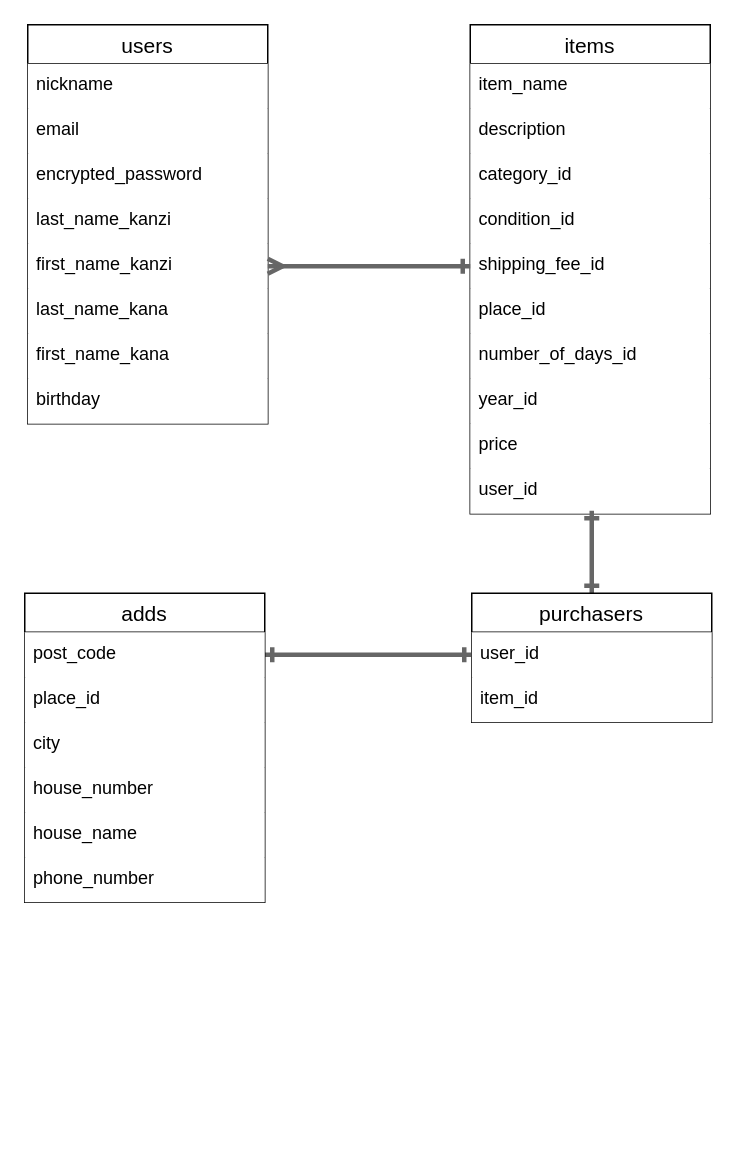
Earlier version of the draw.io diagram furima.dio (FukuyamaTokuya/furima-4675). Source tidied: cells renumbered, new cells numbered last; positions are measured from the earlier drawing's top-left corner, leaving out a move shared by most shapes. Both pictures are drawn from the tidied source at 150%, with x=0, y=0 at pixel (24, 24).
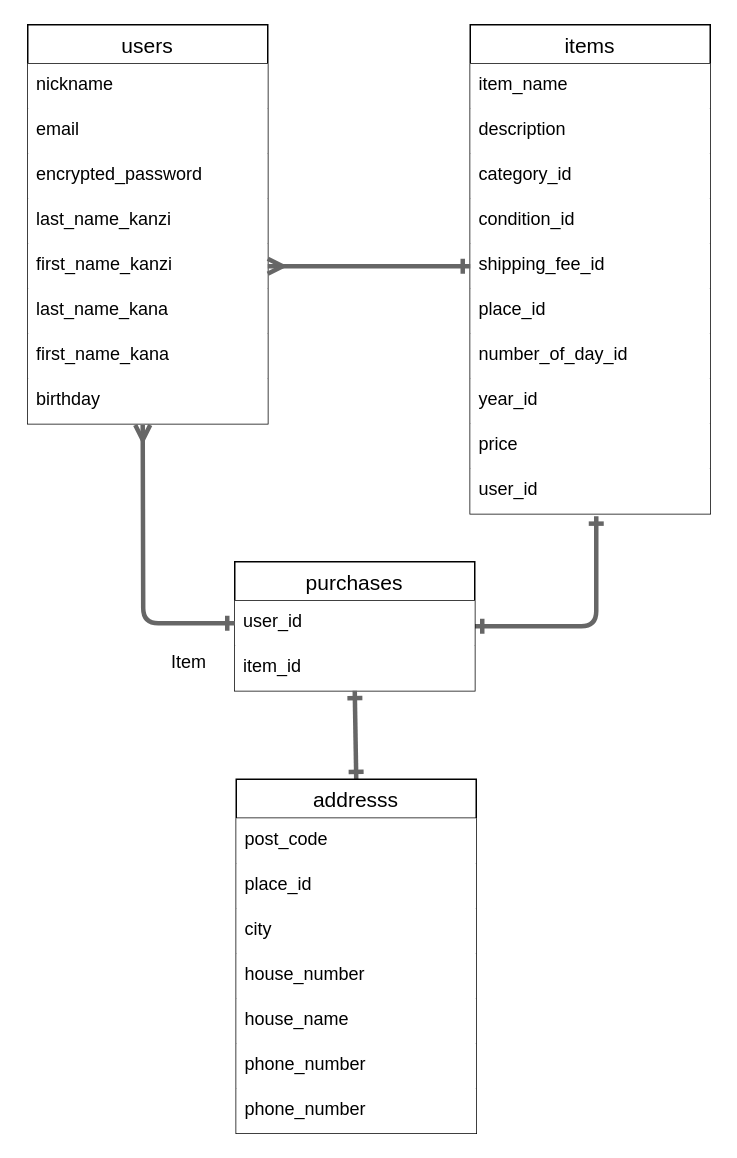
Above is the later version.

The change refers to these unchanged cells:
```xml
<mxCell id="10" value="birthday" style="text;strokeColor=none;fillColor=default;spacingLeft=4;spacingRight=4;overflow=hidden;points=[[0,0.5],[1,0.5]];portConstraint=eastwest;fontSize=12;" parent="2" vertex="1">
  <mxGeometry y="236" width="160" height="30" as="geometry" />
</mxCell>
<mxCell id="11" value="items" style="swimlane;fontStyle=0;horizontal=1;startSize=26;align=center;fontSize=14;" parent="1" vertex="1">
  <mxGeometry x="297" width="160" height="326" as="geometry" />
</mxCell>
<mxCell id="21" value="user_id" style="text;strokeColor=none;fillColor=default;spacingLeft=4;spacingRight=4;overflow=hidden;points=[[0,0.5],[1,0.5]];portConstraint=eastwest;fontSize=12;" parent="11" vertex="1">
  <mxGeometry y="296" width="160" height="30" as="geometry" />
</mxCell>
<mxCell id="25" value="user_id" style="text;strokeColor=none;fillColor=default;spacingLeft=4;spacingRight=4;overflow=hidden;points=[[0,0.5],[1,0.5]];portConstraint=eastwest;fontSize=12;" parent="24" vertex="1">
  <mxGeometry y="26" width="160" height="30" as="geometry" />
</mxCell>
<mxCell id="29" value="post_code" style="text;strokeColor=none;fillColor=default;spacingLeft=4;spacingRight=4;overflow=hidden;points=[[0,0.5],[1,0.5]];portConstraint=eastwest;fontSize=12;" parent="28" vertex="1">
  <mxGeometry y="26" width="160" height="30" as="geometry" />
</mxCell>
```

The edit, as a diff of the source:
```diff
@@
-    <mxCell id="18" value="number_of_days_id" style="text;strokeColor=none;fillColor=default;spacingLeft=4;spacingRight=4;overflow=hidden;fontSize=12;" parent="11" vertex="1">
+    <mxCell id="18" value="number_of_day_id" style="text;strokeColor=none;fillColor=default;spacingLeft=4;spacingRight=4;overflow=hidden;fontSize=12;" parent="11" vertex="1">
       <mxGeometry y="206" width="160" height="30" as="geometry" />
     </mxCell>
@@
-    <mxCell id="22" style="edgeStyle=none;html=1;exitX=0.5;exitY=0;exitDx=0;exitDy=0;strokeWidth=3;endArrow=ERone;endFill=0;startArrow=ERone;startFill=0;fillColor=#f5f5f5;strokeColor=#666666;" parent="1" edge="1" source="24">
-      <mxGeometry relative="1" as="geometry">
-        <mxPoint x="378" y="324" as="targetPoint" />
-      </mxGeometry>
-    </mxCell>
-    <mxCell id="23" style="edgeStyle=none;html=1;exitX=0;exitY=0.5;exitDx=0;exitDy=0;strokeWidth=3;startArrow=ERone;startFill=0;endArrow=ERone;endFill=0;fillColor=#f5f5f5;strokeColor=#666666;entryX=1;entryY=0.5;entryDx=0;entryDy=0;" parent="1" edge="1" source="25" target="29">
-      <mxGeometry relative="1" as="geometry" />
-    </mxCell>
+    <mxCell id="35" style="edgeStyle=none;html=1;entryX=0.525;entryY=1.053;entryDx=0;entryDy=0;entryPerimeter=0;strokeWidth=3;startArrow=ERone;startFill=0;endArrow=ERone;endFill=0;fillColor=#f5f5f5;strokeColor=#666666;" parent="1" edge="1" source="24" target="21">
+      <mxGeometry relative="1" as="geometry">
+        <Array as="points">
+          <mxPoint x="381" y="401" />
+        </Array>
+      </mxGeometry>
+    </mxCell>
-    <mxCell id="24" value="purchasers" style="swimlane;fontStyle=0;horizontal=1;startSize=26;align=center;fontSize=14;" parent="1" vertex="1">
-      <mxGeometry x="298" y="379" width="160" height="86" as="geometry" />
+    <mxCell id="24" value="purchases" style="swimlane;fontStyle=0;horizontal=1;startSize=26;align=center;fontSize=14;" parent="1" vertex="1">
+      <mxGeometry x="140" y="358" width="160" height="86" as="geometry" />
     </mxCell>
@@
+    <mxCell id="36" style="edgeStyle=none;html=1;entryX=0.5;entryY=1;entryDx=0;entryDy=0;strokeWidth=3;startArrow=ERone;startFill=0;endArrow=ERone;endFill=0;fillColor=#f5f5f5;strokeColor=#666666;exitX=0.5;exitY=0;exitDx=0;exitDy=0;" parent="1" edge="1" source="28" target="24">
+      <mxGeometry relative="1" as="geometry" />
+    </mxCell>
-    <mxCell id="28" value="adds" style="swimlane;fontStyle=0;horizontal=1;startSize=26;align=center;fontSize=14;" parent="1" vertex="1">
-      <mxGeometry y="379" width="160" height="206" as="geometry" />
+    <mxCell id="28" value="addresss" style="swimlane;fontStyle=0;horizontal=1;startSize=26;align=center;fontSize=14;" parent="1" vertex="1">
+      <mxGeometry x="141" y="503" width="160" height="236" as="geometry" />
     </mxCell>
@@
+    <mxCell id="37" value="phone_number" style="text;strokeColor=none;fillColor=default;spacingLeft=4;spacingRight=4;overflow=hidden;fontSize=12;" parent="28" vertex="1">
+      <mxGeometry y="206" width="160" height="30" as="geometry" />
+    </mxCell>
+    <mxCell id="38" style="edgeStyle=none;html=1;exitX=0;exitY=0.5;exitDx=0;exitDy=0;entryX=0.479;entryY=1.027;entryDx=0;entryDy=0;entryPerimeter=0;strokeWidth=3;startArrow=ERone;startFill=0;endArrow=ERmany;endFill=0;fillColor=#f5f5f5;strokeColor=#666666;" parent="1" edge="1" source="25" target="10">
+      <mxGeometry relative="1" as="geometry">
+        <Array as="points">
+          <mxPoint x="79" y="399" />
+        </Array>
+      </mxGeometry>
+    </mxCell>
+    <mxCell id="39" value="Item" style="text;strokeColor=none;fillColor=none;spacingLeft=4;spacingRight=4;overflow=hidden;fontSize=12;" parent="1" vertex="1">
+      <mxGeometry x="92" y="411" width="40" height="30" as="geometry" />
+    </mxCell>
```
